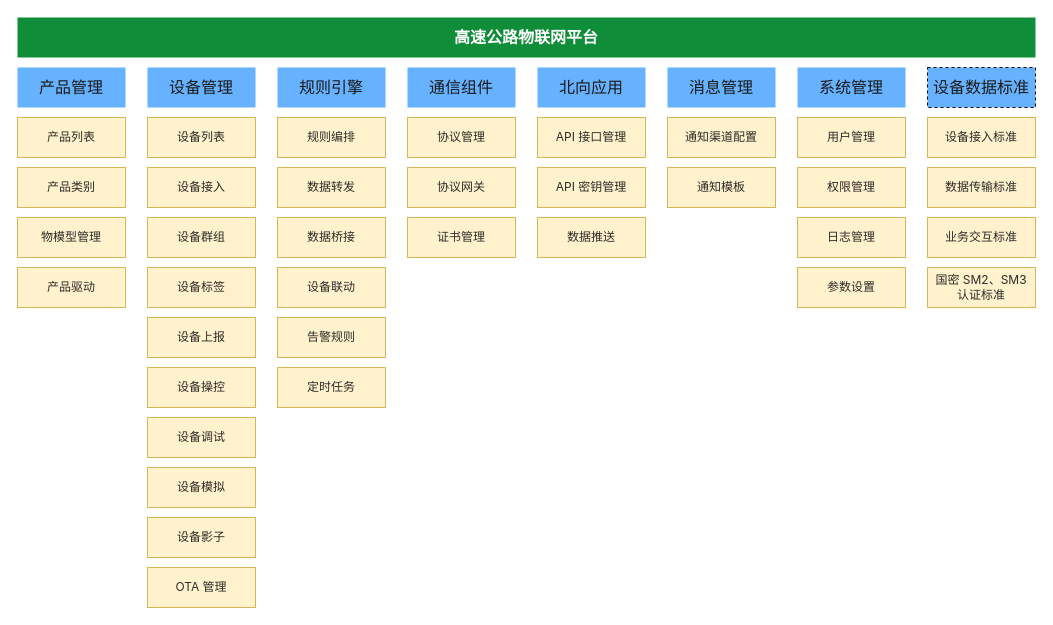
Earlier version of the draw.io diagram 物联网平台功能模块.drawio (kerwin58/drawio). Source tidied: cells renumbered, new cells numbered last; positions are measured from the earlier drawing's top-left corner, leaving out a move shared by most shapes. Both pictures are drawn from the tidied source at 100%, with x=0, y=0 at pixel (17, 17).
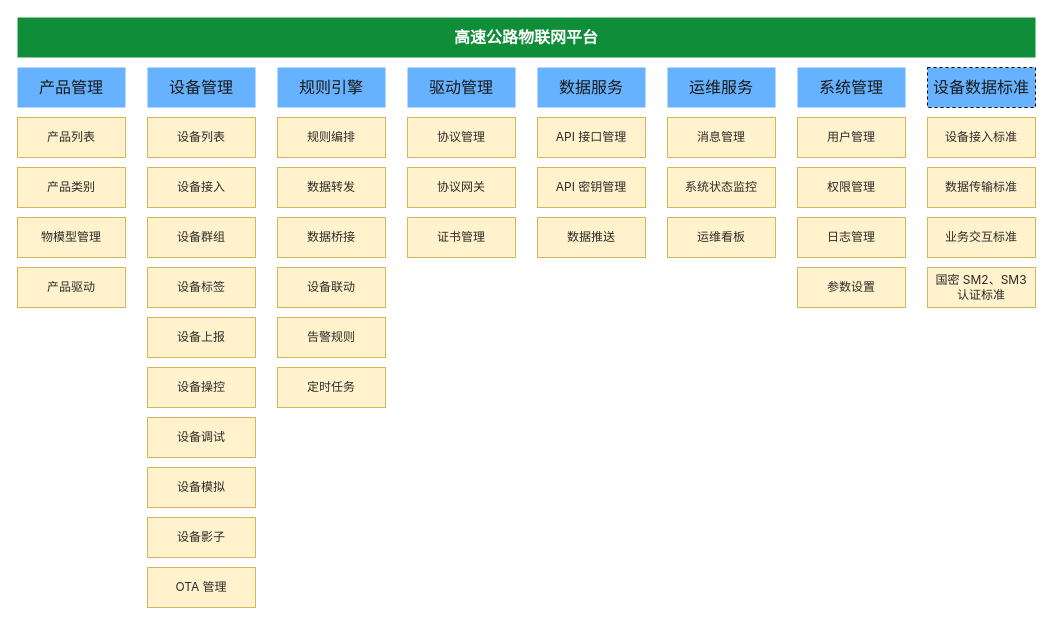
The same diagram, later.

Commit message (it also covers changes not shown here):
更新物联网平台功能模块.drawio

What changed in the source:
```diff
@@
-    <mxCell id="7" value="&lt;span style=&quot;font-weight: normal;&quot;&gt;通信组件&lt;/span&gt;" style="rounded=0;whiteSpace=wrap;html=1;fillColor=#66B2FF;strokeColor=none;fontColor=#1A1A1A;fontStyle=1;fontSize=16;" parent="1" vertex="1">
+    <mxCell id="7" value="&lt;span style=&quot;font-weight: normal;&quot;&gt;驱动管理&lt;/span&gt;" style="rounded=0;whiteSpace=wrap;html=1;fillColor=#66B2FF;strokeColor=none;fontColor=#1A1A1A;fontStyle=1;fontSize=16;" parent="1" vertex="1">
       <mxGeometry x="390" y="50" width="108" height="40" as="geometry" />
     </mxCell>
-    <mxCell id="8" value="&lt;span style=&quot;font-weight: normal;&quot;&gt;北向应用&lt;/span&gt;" style="rounded=0;whiteSpace=wrap;html=1;fillColor=#66B2FF;strokeColor=none;fontColor=#1A1A1A;fontStyle=1;fontSize=16;" parent="1" vertex="1">
+    <mxCell id="8" value="&lt;span style=&quot;font-weight: normal;&quot;&gt;数据服务&lt;/span&gt;" style="rounded=0;whiteSpace=wrap;html=1;fillColor=#66B2FF;strokeColor=none;fontColor=#1A1A1A;fontStyle=1;fontSize=16;" parent="1" vertex="1">
       <mxGeometry x="520" y="50" width="108" height="40" as="geometry" />
     </mxCell>
-    <mxCell id="9" value="&lt;span style=&quot;font-weight: normal;&quot;&gt;消息管理&lt;/span&gt;" style="rounded=0;whiteSpace=wrap;html=1;fillColor=#66B2FF;strokeColor=none;fontColor=#1A1A1A;fontStyle=1;fontSize=16;" parent="1" vertex="1">
+    <mxCell id="9" value="&lt;span style=&quot;font-weight: normal;&quot;&gt;运维服务&lt;/span&gt;" style="rounded=0;whiteSpace=wrap;html=1;fillColor=#66B2FF;strokeColor=none;fontColor=#1A1A1A;fontStyle=1;fontSize=16;" parent="1" vertex="1">
       <mxGeometry x="650" y="50" width="108" height="40" as="geometry" />
     </mxCell>
@@
-    <mxCell id="41" value="&lt;span style=&quot;--tw-border-spacing-x: 0; --tw-border-spacing-y: 0; --tw-translate-x: 0; --tw-translate-y: 0; --tw-rotate: 0; --tw-skew-x: 0; --tw-skew-y: 0; --tw-scale-x: 1; --tw-scale-y: 1; --tw-pan-x: ; --tw-pan-y: ; --tw-pinch-zoom: ; --tw-scroll-snap-strictness: proximity; --tw-gradient-from-position: ; --tw-gradient-via-position: ; --tw-gradient-to-position: ; --tw-ordinal: ; --tw-slashed-zero: ; --tw-numeric-figure: ; --tw-numeric-spacing: ; --tw-numeric-fraction: ; --tw-ring-inset: ; --tw-ring-offset-width: 0px; --tw-ring-offset-color: light-dark(#fff, #000000); --tw-ring-color: rgb(59 130 246/0.5); --tw-ring-offset-shadow: 0 0 #0000; --tw-ring-shadow: 0 0 #0000; --tw-shadow: 0 0 #0000; --tw-shadow-colored: 0 0 #0000; --tw-blur: ; --tw-brightness: ; --tw-contrast: ; --tw-grayscale: ; --tw-hue-rotate: ; --tw-invert: ; --tw-saturate: ; --tw-sepia: ; --tw-drop-shadow: ; --tw-backdrop-blur: ; --tw-backdrop-brightness: ; --tw-backdrop-contrast: ; --tw-backdrop-grayscale: ; --tw-backdrop-hue-rotate: ; --tw-backdrop-invert: ; --tw-backdrop-opacity: ; --tw-backdrop-saturate: ; --tw-backdrop-sepia: ; --tw-contain-size: ; --tw-contain-layout: ; --tw-contain-paint: ; --tw-contain-style: ; box-sizing: border-box; border: 0px solid rgb(229, 231, 235); color: rgb(46, 43, 41); font-family: Inter, &amp;quot;Inter Fallback&amp;quot;, ui-sans-serif, system-ui, sans-serif; text-align: start;&quot;&gt;通知模板&lt;/span&gt;" style="rounded=0;whiteSpace=wrap;html=1;fillColor=#fff2cc;strokeColor=#d6b656;" parent="1" vertex="1">
+    <mxCell id="41" value="&lt;span style=&quot;--tw-border-spacing-x: 0; --tw-border-spacing-y: 0; --tw-translate-x: 0; --tw-translate-y: 0; --tw-rotate: 0; --tw-skew-x: 0; --tw-skew-y: 0; --tw-scale-x: 1; --tw-scale-y: 1; --tw-pan-x: ; --tw-pan-y: ; --tw-pinch-zoom: ; --tw-scroll-snap-strictness: proximity; --tw-gradient-from-position: ; --tw-gradient-via-position: ; --tw-gradient-to-position: ; --tw-ordinal: ; --tw-slashed-zero: ; --tw-numeric-figure: ; --tw-numeric-spacing: ; --tw-numeric-fraction: ; --tw-ring-inset: ; --tw-ring-offset-width: 0px; --tw-ring-offset-color: light-dark(#fff, #000000); --tw-ring-color: rgb(59 130 246/0.5); --tw-ring-offset-shadow: 0 0 #0000; --tw-ring-shadow: 0 0 #0000; --tw-shadow: 0 0 #0000; --tw-shadow-colored: 0 0 #0000; --tw-blur: ; --tw-brightness: ; --tw-contrast: ; --tw-grayscale: ; --tw-hue-rotate: ; --tw-invert: ; --tw-saturate: ; --tw-sepia: ; --tw-drop-shadow: ; --tw-backdrop-blur: ; --tw-backdrop-brightness: ; --tw-backdrop-contrast: ; --tw-backdrop-grayscale: ; --tw-backdrop-hue-rotate: ; --tw-backdrop-invert: ; --tw-backdrop-opacity: ; --tw-backdrop-saturate: ; --tw-backdrop-sepia: ; --tw-contain-size: ; --tw-contain-layout: ; --tw-contain-paint: ; --tw-contain-style: ; box-sizing: border-box; border: 0px solid rgb(229, 231, 235); color: rgb(46, 43, 41); font-family: Inter, &amp;quot;Inter Fallback&amp;quot;, ui-sans-serif, system-ui, sans-serif; text-align: start;&quot;&gt;系统状态监控&lt;/span&gt;" style="rounded=0;whiteSpace=wrap;html=1;fillColor=#fff2cc;strokeColor=#d6b656;" parent="1" vertex="1">
       <mxGeometry x="650" y="150" width="108" height="40" as="geometry" />
     </mxCell>
-    <mxCell id="42" value="&lt;div style=&quot;text-align: start;&quot;&gt;&lt;span style=&quot;background-color: transparent;&quot;&gt;&lt;font color=&quot;#2e2b29&quot; face=&quot;Inter, Inter Fallback, ui-sans-serif, system-ui, sans-serif&quot;&gt;通知渠道配置&lt;/font&gt;&lt;/span&gt;&lt;/div&gt;" style="rounded=0;whiteSpace=wrap;html=1;fillColor=#fff2cc;strokeColor=#d6b656;" parent="1" vertex="1">
+    <mxCell id="42" value="&lt;div style=&quot;text-align: start;&quot;&gt;&lt;span style=&quot;background-color: transparent;&quot;&gt;&lt;font color=&quot;#2e2b29&quot; face=&quot;Inter, Inter Fallback, ui-sans-serif, system-ui, sans-serif&quot;&gt;消息管理&lt;/font&gt;&lt;/span&gt;&lt;/div&gt;" style="rounded=0;whiteSpace=wrap;html=1;fillColor=#fff2cc;strokeColor=#d6b656;" parent="1" vertex="1">
       <mxGeometry x="650" y="100" width="108" height="40" as="geometry" />
     </mxCell>
@@
+    <mxCell id="51" value="&lt;span style=&quot;--tw-border-spacing-x: 0; --tw-border-spacing-y: 0; --tw-translate-x: 0; --tw-translate-y: 0; --tw-rotate: 0; --tw-skew-x: 0; --tw-skew-y: 0; --tw-scale-x: 1; --tw-scale-y: 1; --tw-pan-x: ; --tw-pan-y: ; --tw-pinch-zoom: ; --tw-scroll-snap-strictness: proximity; --tw-gradient-from-position: ; --tw-gradient-via-position: ; --tw-gradient-to-position: ; --tw-ordinal: ; --tw-slashed-zero: ; --tw-numeric-figure: ; --tw-numeric-spacing: ; --tw-numeric-fraction: ; --tw-ring-inset: ; --tw-ring-offset-width: 0px; --tw-ring-offset-color: light-dark(#fff, #000000); --tw-ring-color: rgb(59 130 246/0.5); --tw-ring-offset-shadow: 0 0 #0000; --tw-ring-shadow: 0 0 #0000; --tw-shadow: 0 0 #0000; --tw-shadow-colored: 0 0 #0000; --tw-blur: ; --tw-brightness: ; --tw-contrast: ; --tw-grayscale: ; --tw-hue-rotate: ; --tw-invert: ; --tw-saturate: ; --tw-sepia: ; --tw-drop-shadow: ; --tw-backdrop-blur: ; --tw-backdrop-brightness: ; --tw-backdrop-contrast: ; --tw-backdrop-grayscale: ; --tw-backdrop-hue-rotate: ; --tw-backdrop-invert: ; --tw-backdrop-opacity: ; --tw-backdrop-saturate: ; --tw-backdrop-sepia: ; --tw-contain-size: ; --tw-contain-layout: ; --tw-contain-paint: ; --tw-contain-style: ; box-sizing: border-box; border: 0px solid rgb(229, 231, 235); color: rgb(46, 43, 41); font-family: Inter, &amp;quot;Inter Fallback&amp;quot;, ui-sans-serif, system-ui, sans-serif; text-align: start;&quot;&gt;运维看板&lt;/span&gt;" style="rounded=0;whiteSpace=wrap;html=1;fillColor=#fff2cc;strokeColor=#d6b656;" parent="1" vertex="1">
+      <mxGeometry x="650" y="200" width="108" height="40" as="geometry" />
+    </mxCell>
```
